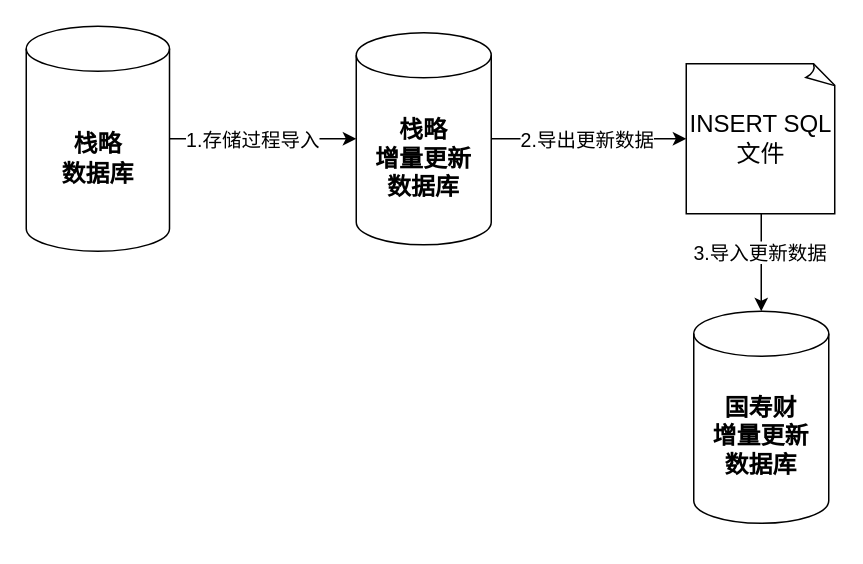
Before: 国寿财知识库三目录更新流程图.drawio in XiaoLiuAI/diagrams, a draw.io diagram. Source tidied: cells renumbered, new cells numbered last; positions are measured from the earlier drawing's top-left corner, leaving out a move shared by most shapes. Both pictures are drawn from the tidied source at 150%, with x=0, y=0 at pixel (26, 26).
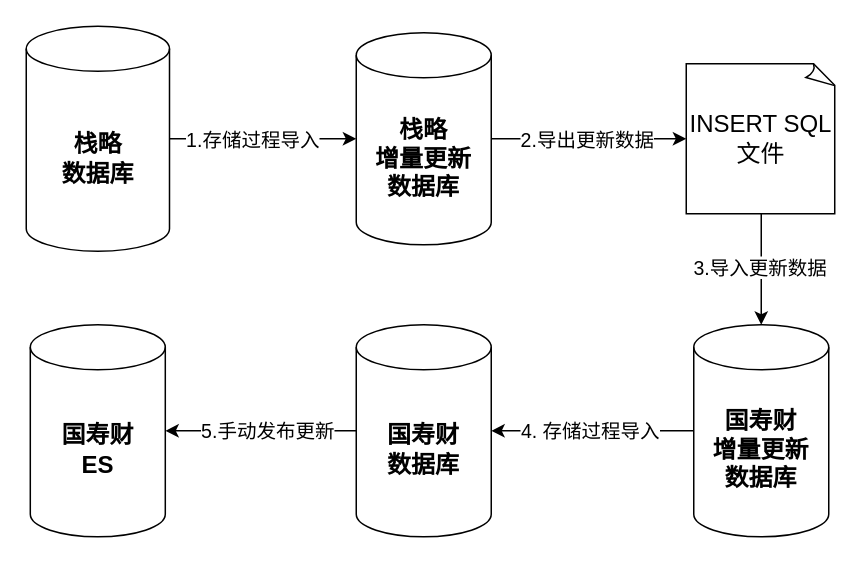
The same page after the edit.

Commit message (it also covers changes not shown here):
Update 国寿财知识库三目录更新流程图.drawio

Unchanged cells that the change refers to:
```xml
<mxCell id="8" style="edgeStyle=orthogonalEdgeStyle;rounded=0;jettySize=auto;html=1;" parent="1" edge="1" source="10" target="11">
  <mxGeometry relative="1" as="geometry" />
</mxCell>
```

Diff of the diagram source:
```diff
@@
     <mxCell id="9" value="&lt;font style=&quot;font-size: 13px;&quot;&gt;3.导入更新数据&amp;nbsp;&lt;/font&gt;" style="edgeLabel;html=1;align=center;verticalAlign=middle;" parent="8" vertex="1">
       <mxGeometry x="-0.21" y="-1" relative="1" as="geometry">
-        <mxPoint x="1" y="-1" as="offset" />
+        <mxPoint x="1" y="6" as="offset" />
       </mxGeometry>
     </mxCell>
@@
+    <mxCell id="12" style="edgeStyle=orthogonalEdgeStyle;rounded=0;jettySize=auto;html=1;" parent="1" edge="1" source="11" target="14">
+      <mxGeometry relative="1" as="geometry" />
+    </mxCell>
+    <mxCell id="13" value="&lt;font style=&quot;font-size: 13px;&quot;&gt;4. 存储过程导入&lt;/font&gt;" style="edgeLabel;html=1;align=center;verticalAlign=middle;" parent="12" vertex="1">
+      <mxGeometry x="-0.07" y="-2" relative="1" as="geometry">
+        <mxPoint x="-7" y="2" as="offset" />
+      </mxGeometry>
+    </mxCell>
     <mxCell id="11" value="&lt;font style=&quot;font-size: 16px;&quot;&gt;&lt;b&gt;国寿财&lt;br&gt;增量更新&lt;br&gt;数据库&lt;/b&gt;&lt;/font&gt;" style="shape=cylinder3;whiteSpace=wrap;html=1;boundedLbl=1;backgroundOutline=1;size=15;" parent="1" vertex="1">
-      <mxGeometry x="445" y="190" width="90" height="141.4" as="geometry" />
+      <mxGeometry x="445" y="199" width="90" height="141.4" as="geometry" />
     </mxCell>
+    <mxCell id="14" value="&lt;font style=&quot;font-size: 16px;&quot;&gt;&lt;b&gt;国寿财&lt;br&gt;数据库&lt;/b&gt;&lt;/font&gt;" style="shape=cylinder3;whiteSpace=wrap;html=1;boundedLbl=1;backgroundOutline=1;size=15;" parent="1" vertex="1">
+      <mxGeometry x="220" y="199" width="90" height="141.4" as="geometry" />
+    </mxCell>
+    <mxCell id="15" value="&lt;font style=&quot;font-size: 16px;&quot;&gt;&lt;b&gt;国寿财&lt;br&gt;ES&lt;br&gt;&lt;/b&gt;&lt;/font&gt;" style="shape=cylinder3;whiteSpace=wrap;html=1;boundedLbl=1;backgroundOutline=1;size=15;" parent="1" vertex="1">
+      <mxGeometry x="2.7" y="199" width="90" height="141.4" as="geometry" />
+    </mxCell>
+    <mxCell id="16" style="edgeStyle=orthogonalEdgeStyle;rounded=0;jettySize=auto;html=1;entryX=1;entryY=0.5;entryDx=0;entryDy=0;entryPerimeter=0;" parent="1" edge="1" source="14" target="15">
+      <mxGeometry relative="1" as="geometry" />
+    </mxCell>
+    <mxCell id="17" value="&lt;font style=&quot;font-size: 13px;&quot;&gt;5.手动发布更新&lt;/font&gt;" style="edgeLabel;html=1;align=center;verticalAlign=middle;" parent="16" vertex="1">
+      <mxGeometry x="0.48" y="2" relative="1" as="geometry">
+        <mxPoint x="34" y="-2" as="offset" />
+      </mxGeometry>
+    </mxCell>
```
